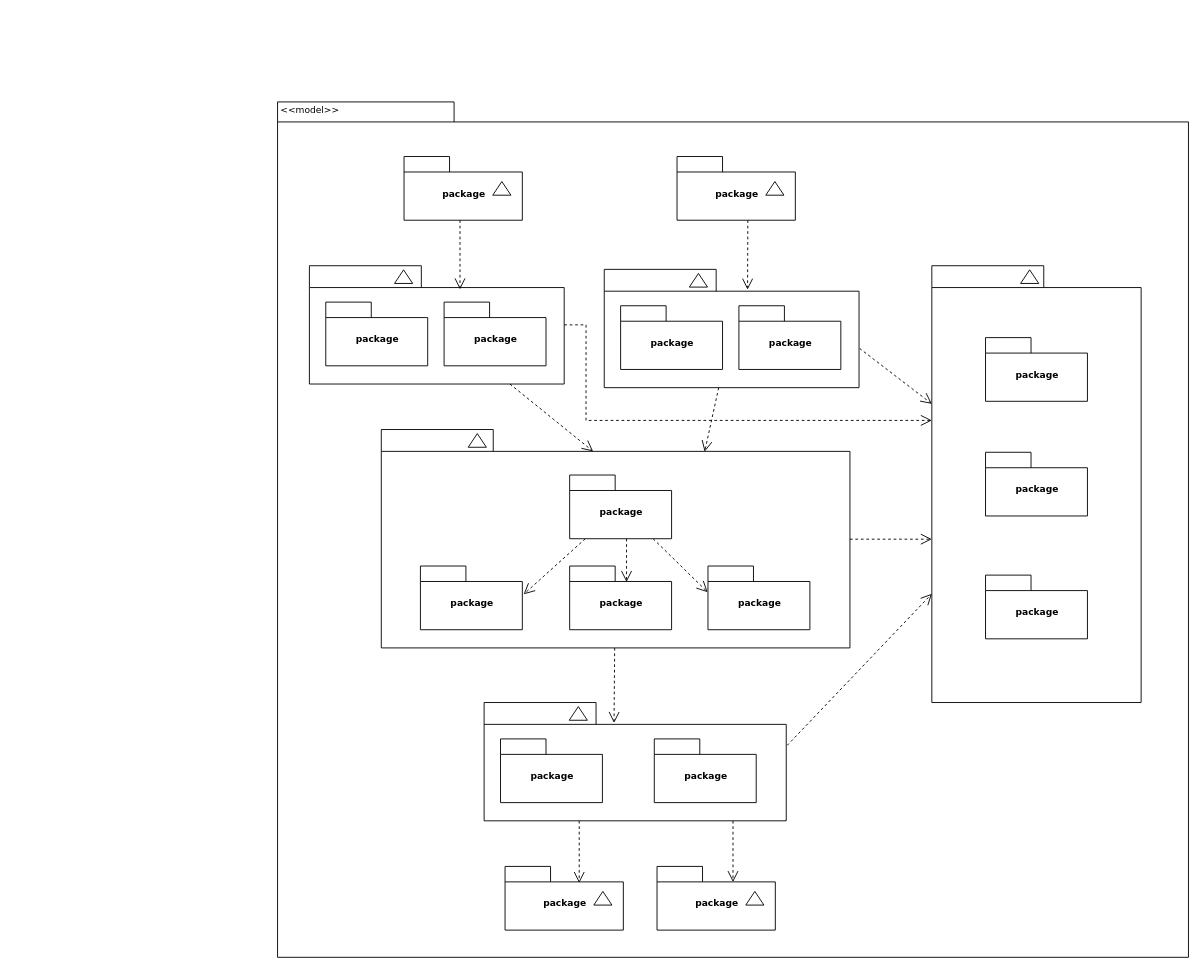
This is Unbenanntes Diagramm.drawio from PhilippSchweizer/philosophy, a draw.io file, before an edit. Source tidied: cells renumbered, new cells numbered last; positions are measured from the earlier drawing's top-left corner, leaving out a move shared by most shapes. Both pictures are drawn from the tidied source at 91%, with x=0, y=0 at pixel (277, 101).
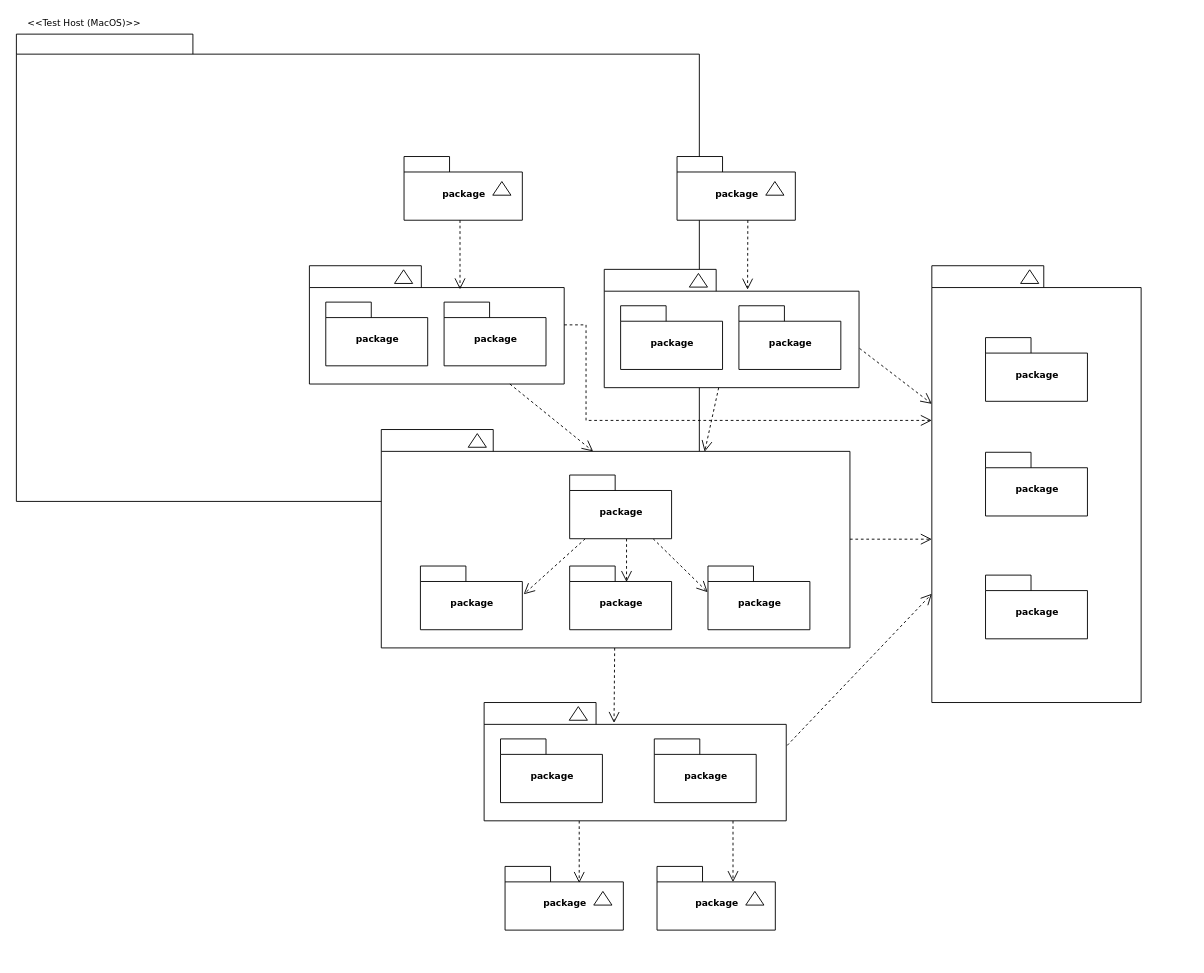
The same diagram, later.

Commit message:
adjust to a4 portrait

Diff of the diagram source:
```diff
@@
     <mxCell id="2" style="shape=folder;fontStyle=1;spacingTop=10;tabWidth=194;tabHeight=22;tabPosition=left;html=1;rounded=0;shadow=0;comic=0;labelBackgroundColor=none;strokeWidth=1;fillColor=none;fontFamily=Verdana;fontSize=10;align=center;" parent="1" vertex="1">
-      <mxGeometry x="0.5" y="0.5" width="1001" height="940" as="geometry" />
+      <mxGeometry x="-286.5" y="-74" width="750.5" height="513.5" as="geometry" />
     </mxCell>
@@
-    <mxCell id="56" value="&amp;lt;&amp;lt;model&amp;gt;&amp;gt;" style="text;html=1;align=left;verticalAlign=top;spacingTop=-4;fontSize=10;fontFamily=Verdana;" parent="1" vertex="1">
-      <mxGeometry x="1.5" y="0.5" width="130" height="20" as="geometry" />
+    <mxCell id="56" value="&amp;lt;&amp;lt;Test Host (MacOS)&amp;gt;&amp;gt;" style="text;html=1;align=left;verticalAlign=top;spacingTop=-4;fontSize=10;fontFamily=Verdana;" parent="1" vertex="1">
+      <mxGeometry x="-276" y="-94" width="130" height="20" as="geometry" />
     </mxCell>
```
